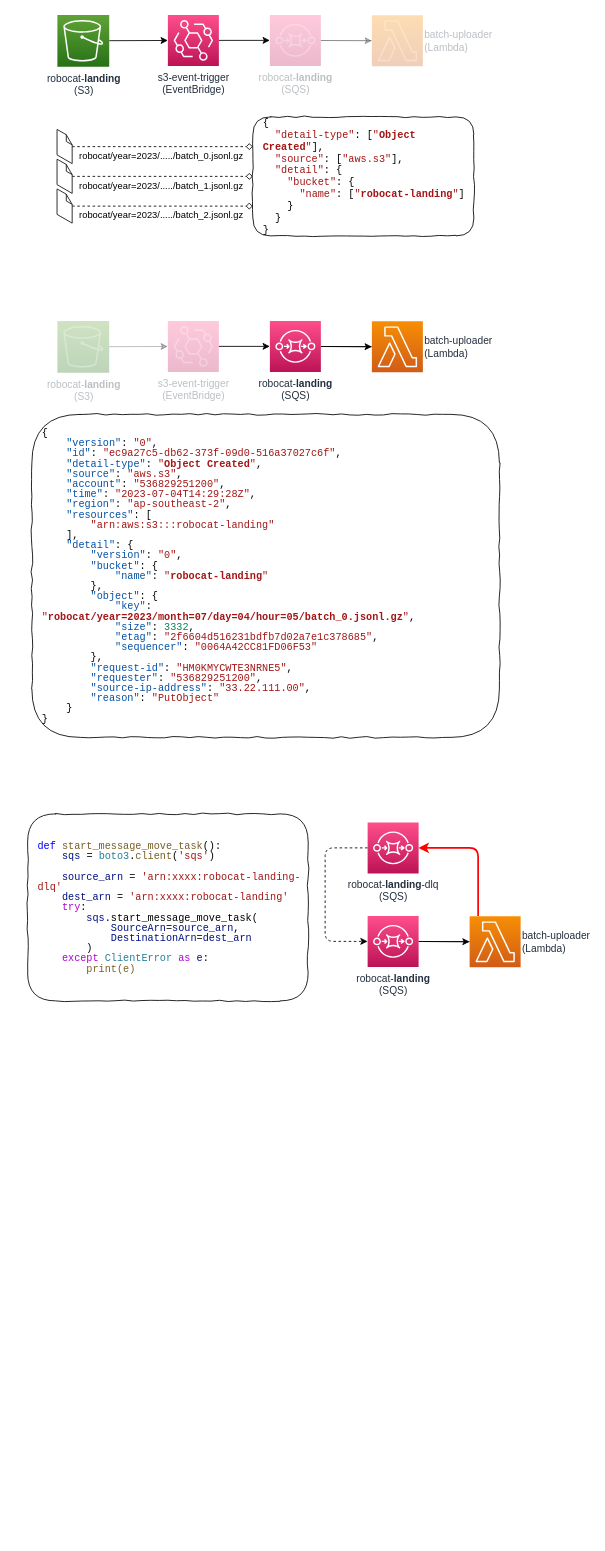
Above: page "Cloud Event Breakdown" (4 of 7) of greengrass-batch-uploader/architecture.drawio in t04glovern/aws-greengrass-bricks (draw.io), before the change. Source tidied: cells renumbered, new cells numbered last; positions are measured from the earlier drawing's top-left corner, leaving out a move shared by most shapes. Both pictures are drawn from the tidied source at 85%, with x=0, y=0 at pixel (27, 14).
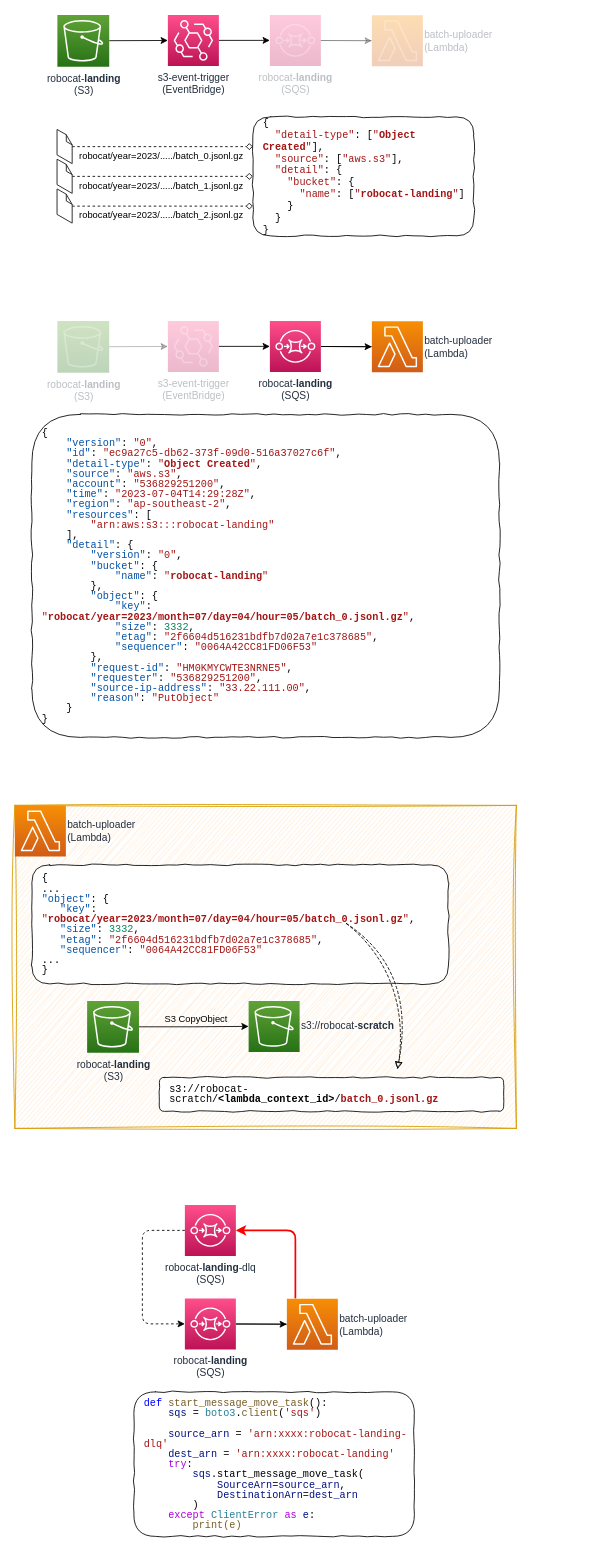
The same diagram, later.

The change refers to these unchanged cells:
```xml
<mxCell id="10" style="edgeStyle=none;html=1;dashed=1;endArrow=diamond;endFill=0;" parent="1" edge="1" source="12">
  <mxGeometry relative="1" as="geometry">
    <mxPoint x="265" y="155" as="targetPoint" />
  </mxGeometry>
</mxCell>
<mxCell id="13" style="edgeStyle=none;html=1;endArrow=diamond;endFill=0;dashed=1;" parent="1" edge="1" source="15">
  <mxGeometry relative="1" as="geometry">
    <mxPoint x="265" y="190" as="targetPoint" />
  </mxGeometry>
</mxCell>
<mxCell id="16" style="edgeStyle=none;html=1;endArrow=diamond;endFill=0;dashed=1;" parent="1" edge="1" source="18">
  <mxGeometry relative="1" as="geometry">
    <mxPoint x="265" y="225" as="targetPoint" />
  </mxGeometry>
</mxCell>
```

Diff of the diagram source:
```diff
@@
-    <mxCell id="11" value="robocat/year=2023/...../batch_0.jsonl.gz" style="edgeLabel;html=1;align=center;verticalAlign=middle;" parent="10" vertex="1">
+    <mxCell id="11" value="robocat/year=2023/...../batch_0.jsonl.gz" style="edgeLabel;html=1;align=center;verticalAlign=middle;labelBackgroundColor=none;" parent="10" vertex="1">
       <mxGeometry x="0.26" y="1" relative="1" as="geometry">
         <mxPoint x="-30" y="11" as="offset" />
       </mxGeometry>
     </mxCell>
@@
-    <mxCell id="14" value="robocat/year=2023/...../batch_1.jsonl.gz" style="edgeLabel;html=1;align=center;verticalAlign=middle;" parent="13" vertex="1">
+    <mxCell id="14" value="robocat/year=2023/...../batch_1.jsonl.gz" style="edgeLabel;html=1;align=center;verticalAlign=middle;labelBackgroundColor=none;" parent="13" vertex="1">
       <mxGeometry x="0.26" y="1" relative="1" as="geometry">
         <mxPoint x="-30" y="11" as="offset" />
       </mxGeometry>
     </mxCell>
@@
-    <mxCell id="17" value="robocat/year=2023/...../batch_2.jsonl.gz" style="edgeLabel;html=1;align=center;verticalAlign=middle;" parent="16" vertex="1">
+    <mxCell id="17" value="robocat/year=2023/...../batch_2.jsonl.gz" style="edgeLabel;html=1;align=center;verticalAlign=middle;labelBackgroundColor=none;" parent="16" vertex="1">
       <mxGeometry x="0.26" y="1" relative="1" as="geometry">
         <mxPoint x="-30" y="11" as="offset" />
       </mxGeometry>
     </mxCell>
@@
     <mxCell id="31" value="robocat-&lt;b&gt;landing&lt;/b&gt;&lt;br&gt;(SQS)" style="sketch=0;points=[[0,0,0],[0.25,0,0],[0.5,0,0],[0.75,0,0],[1,0,0],[0,1,0],[0.25,1,0],[0.5,1,0],[0.75,1,0],[1,1,0],[0,0.25,0],[0,0.5,0],[0,0.75,0],[1,0.25,0],[1,0.5,0],[1,0.75,0]];outlineConnect=0;fontColor=#232F3E;gradientColor=#FF4F8B;gradientDirection=north;fillColor=#BC1356;strokeColor=#ffffff;dashed=0;verticalLabelPosition=bottom;verticalAlign=top;align=center;html=1;fontSize=12;fontStyle=0;shape=mxgraph.aws4.resourceIcon;resIcon=mxgraph.aws4.sqs;labelPosition=center;" parent="1" vertex="1">
-      <mxGeometry x="400" y="1060" width="60" height="60" as="geometry" />
+      <mxGeometry x="185" y="1510" width="60" height="60" as="geometry" />
     </mxCell>
     <mxCell id="32" style="edgeStyle=none;html=1;entryX=0;entryY=0.5;entryDx=0;entryDy=0;entryPerimeter=0;dashed=1;fontSize=12;endArrow=classic;endFill=1;exitX=0;exitY=0.5;exitDx=0;exitDy=0;exitPerimeter=0;" parent="1" edge="1" source="33" target="31">
       <mxGeometry relative="1" as="geometry">
         <Array as="points">
-          <mxPoint x="350" y="980" />
-          <mxPoint x="350" y="1090" />
+          <mxPoint x="135" y="1430" />
+          <mxPoint x="135" y="1540" />
         </Array>
       </mxGeometry>
     </mxCell>
     <mxCell id="33" value="robocat-&lt;b&gt;landing&lt;/b&gt;-dlq&lt;br&gt;(SQS)" style="sketch=0;points=[[0,0,0],[0.25,0,0],[0.5,0,0],[0.75,0,0],[1,0,0],[0,1,0],[0.25,1,0],[0.5,1,0],[0.75,1,0],[1,1,0],[0,0.25,0],[0,0.5,0],[0,0.75,0],[1,0.25,0],[1,0.5,0],[1,0.75,0]];outlineConnect=0;fontColor=#232F3E;gradientColor=#FF4F8B;gradientDirection=north;fillColor=#BC1356;strokeColor=#ffffff;dashed=0;verticalLabelPosition=bottom;verticalAlign=top;align=center;html=1;fontSize=12;fontStyle=0;shape=mxgraph.aws4.resourceIcon;resIcon=mxgraph.aws4.sqs;labelPosition=center;" parent="1" vertex="1">
-      <mxGeometry x="400" y="950" width="60" height="60" as="geometry" />
+      <mxGeometry x="185" y="1400" width="60" height="60" as="geometry" />
     </mxCell>
     <mxCell id="34" style="edgeStyle=none;html=1;entryX=1;entryY=0.5;entryDx=0;entryDy=0;entryPerimeter=0;shadow=0;strokeColor=#FF0000;strokeWidth=2;startArrow=none;startFill=0;endArrow=classic;endFill=1;fillColor=#a20025;" parent="1" edge="1" target="33">
       <mxGeometry relative="1" as="geometry">
-        <mxPoint x="530" y="1060" as="sourcePoint" />
+        <mxPoint x="315" y="1510" as="sourcePoint" />
         <Array as="points">
-          <mxPoint x="530" y="980" />
+          <mxPoint x="315" y="1430" />
         </Array>
       </mxGeometry>
     </mxCell>
     <mxCell id="35" value="batch-uploader&lt;br&gt;(Lambda)" style="sketch=0;points=[[0,0,0],[0.25,0,0],[0.5,0,0],[0.75,0,0],[1,0,0],[0,1,0],[0.25,1,0],[0.5,1,0],[0.75,1,0],[1,1,0],[0,0.25,0],[0,0.5,0],[0,0.75,0],[1,0.25,0],[1,0.5,0],[1,0.75,0]];outlineConnect=0;fontColor=#232F3E;gradientColor=#F78E04;gradientDirection=north;fillColor=#D05C17;strokeColor=#ffffff;dashed=0;verticalLabelPosition=middle;verticalAlign=middle;align=left;html=1;fontSize=12;fontStyle=0;shape=mxgraph.aws4.resourceIcon;resIcon=mxgraph.aws4.lambda;labelPosition=right;" parent="1" vertex="1">
-      <mxGeometry x="520" y="1060.5" width="60" height="60" as="geometry" />
+      <mxGeometry x="305" y="1510.5" width="60" height="60" as="geometry" />
     </mxCell>
     <mxCell id="36" value="&lt;div style=&quot;font-family: Consolas, &amp;quot;Courier New&amp;quot;, monospace; line-height: 100%;&quot;&gt;&lt;div style=&quot;line-height: 100%;&quot;&gt;&lt;div style=&quot;border-color: var(--border-color); line-height: 14px;&quot;&gt;&lt;div style=&quot;line-height: 100%;&quot;&gt;&lt;div style=&quot;line-height: 100%;&quot;&gt;&lt;div style=&quot;line-height: 100%;&quot;&gt;&lt;div style=&quot;line-height: 100%;&quot;&gt;&lt;span style=&quot;color: rgb(0, 0, 255);&quot;&gt;def&lt;/span&gt; &lt;span style=&quot;color: rgb(121, 94, 38);&quot;&gt;start_message_move_task&lt;/span&gt;():&lt;/div&gt;&lt;div style=&quot;line-height: 100%;&quot;&gt;&amp;nbsp; &amp;nbsp; &lt;span style=&quot;color: #001080;&quot;&gt;sqs&lt;/span&gt; = &lt;span style=&quot;color: #267f99;&quot;&gt;boto3&lt;/span&gt;.&lt;span style=&quot;color: #795e26;&quot;&gt;client&lt;/span&gt;(&lt;span style=&quot;color: #a31515;&quot;&gt;'sqs'&lt;/span&gt;)&lt;/div&gt;&lt;br&gt;&lt;div style=&quot;line-height: 100%;&quot;&gt;&amp;nbsp; &amp;nbsp; &lt;span style=&quot;color: #001080;&quot;&gt;source_arn&lt;/span&gt; = &lt;span style=&quot;color: #a31515;&quot;&gt;'arn:xxxx:robocat-landing-dlq'&lt;/span&gt;&lt;/div&gt;&lt;div style=&quot;line-height: 100%;&quot;&gt;&amp;nbsp; &amp;nbsp; &lt;span style=&quot;color: #001080;&quot;&gt;dest_arn&lt;/span&gt; = &lt;span style=&quot;color: #a31515;&quot;&gt;'&lt;/span&gt;&lt;span style=&quot;color: rgb(163, 21, 21);&quot;&gt;arn:xxxx&lt;/span&gt;&lt;span style=&quot;color: #a31515;&quot;&gt;:robocat-landing'&lt;/span&gt;&lt;/div&gt;&lt;div style=&quot;line-height: 100%;&quot;&gt;&amp;nbsp; &amp;nbsp; &lt;span style=&quot;color: #af00db;&quot;&gt;try&lt;/span&gt;:&lt;/div&gt;&lt;div style=&quot;line-height: 100%;&quot;&gt;&amp;nbsp; &amp;nbsp; &amp;nbsp; &amp;nbsp; &lt;span style=&quot;color: #001080;&quot;&gt;sqs&lt;/span&gt;.start_message_move_task(&lt;/div&gt;&lt;div style=&quot;line-height: 100%;&quot;&gt;&amp;nbsp; &amp;nbsp; &amp;nbsp; &amp;nbsp; &amp;nbsp; &amp;nbsp; &lt;span style=&quot;color: #001080;&quot;&gt;SourceArn&lt;/span&gt;=&lt;span style=&quot;color: #001080;&quot;&gt;source_arn&lt;/span&gt;, &lt;/div&gt;&lt;div style=&quot;line-height: 100%;&quot;&gt;&amp;nbsp; &amp;nbsp; &amp;nbsp; &amp;nbsp; &amp;nbsp; &amp;nbsp; &lt;span style=&quot;color: #001080;&quot;&gt;DestinationArn&lt;/span&gt;=&lt;span style=&quot;color: #001080;&quot;&gt;dest_arn&lt;/span&gt;&lt;/div&gt;&lt;div style=&quot;line-height: 100%;&quot;&gt;&amp;nbsp; &amp;nbsp; &amp;nbsp; &amp;nbsp; )&lt;/div&gt;&lt;div style=&quot;line-height: 100%;&quot;&gt;&amp;nbsp; &amp;nbsp; &lt;span style=&quot;color: #af00db;&quot;&gt;except&lt;/span&gt; &lt;span style=&quot;color: #267f99;&quot;&gt;ClientError&lt;/span&gt; &lt;span style=&quot;color: #af00db;&quot;&gt;as&lt;/span&gt; &lt;span style=&quot;color: #001080;&quot;&gt;e&lt;/span&gt;:&lt;/div&gt;&lt;div style=&quot;line-height: 100%;&quot;&gt;&amp;nbsp; &amp;nbsp; &amp;nbsp; &amp;nbsp; &lt;font style=&quot;font-size: 12px;&quot; color=&quot;#795e26&quot;&gt;print(e)&lt;/font&gt;&lt;/div&gt;&lt;/div&gt;&lt;/div&gt;&lt;/div&gt;&lt;/div&gt;&lt;/div&gt;&lt;/div&gt;" style="rounded=1;whiteSpace=wrap;html=1;fillColor=none;align=left;spacingLeft=10;comic=1;" parent="1" vertex="1">
-      <mxGeometry y="940" width="330" height="220" as="geometry" />
+      <mxGeometry x="125" y="1620" width="330" height="170" as="geometry" />
     </mxCell>
+    <mxCell id="37" style="rounded=0;whiteSpace=wrap;html=1;sketch=1;curveFitting=1;jiggle=2;fillColor=#ffe6cc;strokeColor=#d79b00;" parent="1" vertex="1">
+      <mxGeometry x="-15" y="930" width="590" height="380" as="geometry" />
+    </mxCell>
+    <mxCell id="38" style="edgeStyle=orthogonalEdgeStyle;rounded=0;jettySize=auto;html=1;exitX=1;exitY=0.5;exitDx=0;exitDy=0;exitPerimeter=0;" parent="1" edge="1" source="40" target="41">
+      <mxGeometry relative="1" as="geometry" />
+    </mxCell>
+    <mxCell id="39" value="S3 CopyObject" style="edgeLabel;html=1;align=center;verticalAlign=middle;labelBackgroundColor=none;" parent="38" vertex="1">
+      <mxGeometry x="-0.03" relative="1" as="geometry">
+        <mxPoint x="3" y="-10" as="offset" />
+      </mxGeometry>
+    </mxCell>
+    <mxCell id="40" value="&lt;span style=&quot;text-align: left;&quot;&gt;robocat-&lt;b&gt;landing&lt;/b&gt;&lt;br&gt;(S3)&lt;br&gt;&lt;/span&gt;" style="sketch=0;points=[[0,0,0],[0.25,0,0],[0.5,0,0],[0.75,0,0],[1,0,0],[0,1,0],[0.25,1,0],[0.5,1,0],[0.75,1,0],[1,1,0],[0,0.25,0],[0,0.5,0],[0,0.75,0],[1,0.25,0],[1,0.5,0],[1,0.75,0]];outlineConnect=0;fontColor=#232F3E;gradientColor=#60A337;gradientDirection=north;fillColor=#277116;strokeColor=#ffffff;dashed=0;verticalLabelPosition=bottom;verticalAlign=top;align=center;html=1;fontSize=12;fontStyle=0;shape=mxgraph.aws4.resourceIcon;resIcon=mxgraph.aws4.s3;labelPosition=center;" parent="1" vertex="1">
+      <mxGeometry x="70" y="1160" width="61" height="61" as="geometry" />
+    </mxCell>
+    <mxCell id="41" value="&lt;span style=&quot;text-align: left;&quot;&gt;s3://robocat-&lt;b&gt;scratch&lt;/b&gt;&lt;/span&gt;" style="sketch=0;points=[[0,0,0],[0.25,0,0],[0.5,0,0],[0.75,0,0],[1,0,0],[0,1,0],[0.25,1,0],[0.5,1,0],[0.75,1,0],[1,1,0],[0,0.25,0],[0,0.5,0],[0,0.75,0],[1,0.25,0],[1,0.5,0],[1,0.75,0]];outlineConnect=0;fontColor=#232F3E;gradientColor=#60A337;gradientDirection=north;fillColor=#277116;strokeColor=#ffffff;dashed=0;verticalLabelPosition=middle;verticalAlign=middle;align=left;html=1;fontSize=12;fontStyle=0;shape=mxgraph.aws4.resourceIcon;resIcon=mxgraph.aws4.s3;labelPosition=right;" parent="1" vertex="1">
+      <mxGeometry x="260" y="1160" width="60" height="60" as="geometry" />
+    </mxCell>
+    <mxCell id="42" value="batch-uploader&lt;br&gt;(Lambda)" style="sketch=0;fontColor=#232F3E;gradientColor=#F78E04;gradientDirection=north;fillColor=#D05C17;strokeColor=#ffffff;dashed=0;verticalLabelPosition=middle;verticalAlign=middle;align=left;html=1;fontSize=12;fontStyle=0;shape=mxgraph.aws4.resourceIcon;resIcon=mxgraph.aws4.lambda;labelPosition=right;" parent="1" vertex="1">
+      <mxGeometry x="-15" y="930" width="60" height="60" as="geometry" />
+    </mxCell>
+    <mxCell id="43" value="&lt;div style=&quot;font-family: Consolas, &amp;quot;Courier New&amp;quot;, monospace; line-height: 100%;&quot;&gt;&lt;div style=&quot;line-height: 100%;&quot;&gt;&lt;div style=&quot;border-color: var(--border-color); line-height: 14px;&quot;&gt;&lt;div style=&quot;line-height: 100%;&quot;&gt;&lt;div style=&quot;line-height: 100%;&quot;&gt;{&lt;/div&gt;&lt;div style=&quot;line-height: 100%;&quot;&gt;...&lt;/div&gt;&lt;div style=&quot;line-height: 100%;&quot;&gt;&lt;span style=&quot;color: #0451a5;&quot;&gt;&quot;object&quot;&lt;/span&gt;: {&lt;/div&gt;&lt;div style=&quot;line-height: 100%;&quot;&gt;&amp;nbsp; &amp;nbsp;&lt;span style=&quot;color: #0451a5;&quot;&gt;&quot;key&quot;&lt;/span&gt;: &lt;span style=&quot;color: #a31515;&quot;&gt;&quot;&lt;b&gt;robocat/year=2023/month=07/day=04/hour=05/batch_0.jsonl.gz&lt;/b&gt;&quot;&lt;/span&gt;,&lt;/div&gt;&lt;div style=&quot;line-height: 100%;&quot;&gt;&amp;nbsp; &amp;nbsp;&lt;span style=&quot;color: #0451a5;&quot;&gt;&quot;size&quot;&lt;/span&gt;: &lt;span style=&quot;color: #098658;&quot;&gt;3332&lt;/span&gt;,&lt;/div&gt;&lt;div style=&quot;line-height: 100%;&quot;&gt;&amp;nbsp; &amp;nbsp;&lt;span style=&quot;color: #0451a5;&quot;&gt;&quot;etag&quot;&lt;/span&gt;: &lt;span style=&quot;color: #a31515;&quot;&gt;&quot;2f6604d516231bdfb7d02a7e1c378685&quot;&lt;/span&gt;,&lt;/div&gt;&lt;div style=&quot;line-height: 100%;&quot;&gt;&amp;nbsp; &amp;nbsp;&lt;span style=&quot;color: #0451a5;&quot;&gt;&quot;sequencer&quot;&lt;/span&gt;: &lt;span style=&quot;color: #a31515;&quot;&gt;&quot;0064A42CC81FD06F53&quot;&lt;/span&gt;&lt;/div&gt;&lt;div style=&quot;line-height: 100%;&quot;&gt;...&lt;/div&gt;&lt;div style=&quot;line-height: 100%;&quot;&gt;}&lt;/div&gt;&lt;/div&gt;&lt;/div&gt;&lt;/div&gt;&lt;/div&gt;" style="rounded=1;whiteSpace=wrap;html=1;fillColor=default;align=left;spacingLeft=10;comic=1;" parent="1" vertex="1">
+      <mxGeometry x="5" y="1000" width="490" height="140" as="geometry" />
+    </mxCell>
+    <mxCell id="44" value="&lt;div style=&quot;font-family: Consolas, &amp;quot;Courier New&amp;quot;, monospace; line-height: 100%;&quot;&gt;&lt;div style=&quot;line-height: 100%;&quot;&gt;&lt;div style=&quot;border-color: var(--border-color); line-height: 14px; font-size: 14px;&quot;&gt;&lt;div style=&quot;line-height: 100%; font-size: 12px;&quot;&gt;&lt;div style=&quot;line-height: 100%;&quot;&gt;s3://robocat-scratch/&lt;b&gt;&amp;lt;lambda_context_id&amp;gt;&lt;/b&gt;/&lt;span style=&quot;background-color: initial; border-color: var(--border-color); color: rgb(163, 21, 21);&quot;&gt;&lt;b&gt;batch_0.jsonl.gz&lt;/b&gt;&lt;/span&gt;&lt;/div&gt;&lt;/div&gt;&lt;/div&gt;&lt;/div&gt;&lt;/div&gt;" style="rounded=1;whiteSpace=wrap;html=1;fillColor=default;align=left;spacingLeft=10;comic=1;" parent="1" vertex="1">
+      <mxGeometry x="155" y="1250" width="405" height="40" as="geometry" />
+    </mxCell>
+    <mxCell id="45" style="curved=1;endArrow=block;html=1;fontColor=#036897;exitX=0.75;exitY=1;exitDx=0;exitDy=0;endFill=0;sketch=1;curveFitting=1;jiggle=2;dashed=1;entryX=0.763;entryY=0.816;entryDx=0;entryDy=0;entryPerimeter=0;" parent="1" edge="1" target="37">
+      <mxGeometry relative="1" as="geometry">
+        <mxPoint x="375" y="1069" as="sourcePoint" />
+        <Array as="points">
+          <mxPoint x="455" y="1130" />
+        </Array>
+      </mxGeometry>
+    </mxCell>
```
